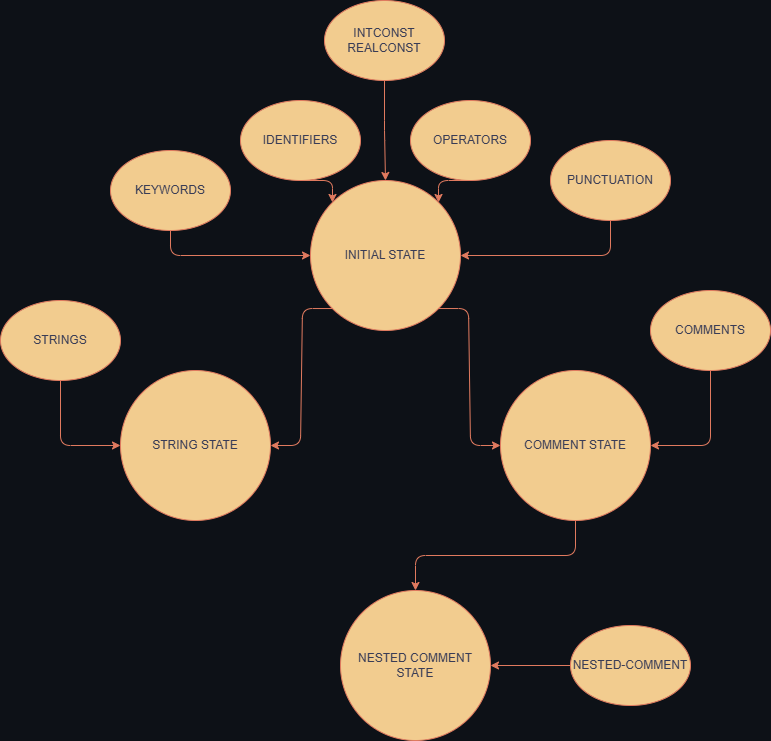
The draw.io diagram documents/PhaseALexer.png in PercySS/Hy340_Alpha_Compiler, before a commit. Source tidied: cells renumbered, new cells last; positions are measured from the earlier drawing's top-left corner, leaving out a move shared by most shapes.
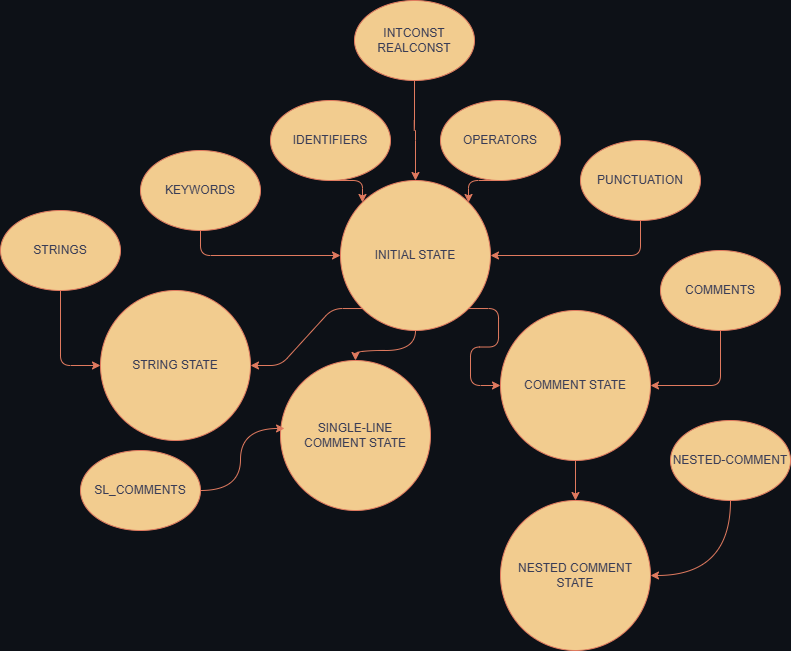
After the change.

Diff of the diagram source:
```diff
@@ -8,26 +8,29 @@
     <mxCell id="3" style="edgeStyle=entityRelationEdgeStyle;rounded=1;hachureGap=4;jettySize=auto;html=1;exitX=0;exitY=1;exitDx=0;exitDy=0;entryX=1;entryY=0.5;entryDx=0;entryDy=0;fontFamily=Architects Daughter;fontSource=https%3A%2F%2Ffonts.googleapis.com%2Fcss%3Ffamily%3DArchitects%2BDaughter;labelBackgroundColor=none;strokeColor=#E07A5F;fontColor=default;" parent="1" edge="1" source="4" target="5">
       <mxGeometry relative="1" as="geometry" />
     </mxCell>
+    <mxCell id="25" style="edgeStyle=orthogonalEdgeStyle;rounded=0;jettySize=auto;html=1;exitX=0.5;exitY=1;exitDx=0;exitDy=0;entryX=0.5;entryY=0;entryDx=0;entryDy=0;labelBackgroundColor=none;strokeColor=#E07A5F;fontColor=default;curved=1;" parent="1" edge="1" source="4" target="26">
+      <mxGeometry relative="1" as="geometry" />
+    </mxCell>
     <mxCell id="4" value="INITIAL STATE" style="ellipse;whiteSpace=wrap;html=1;rounded=1;labelBackgroundColor=none;fillColor=#F2CC8F;strokeColor=#E07A5F;fontColor=#393C56;" parent="1" vertex="1">
       <mxGeometry x="310" y="180" width="150" height="150" as="geometry" />
     </mxCell>
     <mxCell id="5" value="STRING STATE" style="ellipse;whiteSpace=wrap;html=1;rounded=1;labelBackgroundColor=none;fillColor=#F2CC8F;strokeColor=#E07A5F;fontColor=#393C56;" parent="1" vertex="1">
-      <mxGeometry x="120" y="370" width="150" height="150" as="geometry" />
+      <mxGeometry x="70" y="290" width="150" height="150" as="geometry" />
     </mxCell>
     <mxCell id="6" style="edgeStyle=orthogonalEdgeStyle;rounded=1;hachureGap=4;jettySize=auto;html=1;exitX=0.5;exitY=1;exitDx=0;exitDy=0;fontFamily=Architects Daughter;fontSource=https%3A%2F%2Ffonts.googleapis.com%2Fcss%3Ffamily%3DArchitects%2BDaughter;labelBackgroundColor=none;strokeColor=#E07A5F;fontColor=default;" parent="1" edge="1" source="7" target="8">
       <mxGeometry relative="1" as="geometry" />
     </mxCell>
     <mxCell id="7" value="COMMENT STATE" style="ellipse;whiteSpace=wrap;html=1;rounded=1;labelBackgroundColor=none;fillColor=#F2CC8F;strokeColor=#E07A5F;fontColor=#393C56;" parent="1" vertex="1">
-      <mxGeometry x="500" y="370" width="150" height="150" as="geometry" />
+      <mxGeometry x="470" y="310" width="150" height="150" as="geometry" />
     </mxCell>
     <mxCell id="8" value="NESTED COMMENT&lt;div&gt;STATE&lt;/div&gt;" style="ellipse;whiteSpace=wrap;html=1;rounded=1;labelBackgroundColor=none;fillColor=#F2CC8F;strokeColor=#E07A5F;fontColor=#393C56;" parent="1" vertex="1">
-      <mxGeometry x="340" y="590" width="150" height="150" as="geometry" />
+      <mxGeometry x="470" y="500" width="150" height="150" as="geometry" />
     </mxCell>
     <mxCell id="9" style="edgeStyle=orthogonalEdgeStyle;rounded=1;jettySize=auto;html=1;entryX=0;entryY=0.5;entryDx=0;entryDy=0;labelBackgroundColor=none;strokeColor=#E07A5F;fontColor=default;" parent="1" edge="1" source="10" target="5">
       <mxGeometry relative="1" as="geometry" />
     </mxCell>
     <mxCell id="10" value="STRINGS" style="ellipse;whiteSpace=wrap;html=1;rounded=1;labelBackgroundColor=none;fillColor=#F2CC8F;strokeColor=#E07A5F;fontColor=#393C56;" parent="1" vertex="1">
-      <mxGeometry y="300" width="120" height="80" as="geometry" />
+      <mxGeometry x="-30" y="210" width="120" height="80" as="geometry" />
     </mxCell>
     <mxCell id="11" style="edgeStyle=orthogonalEdgeStyle;rounded=1;jettySize=auto;html=1;exitX=0.5;exitY=1;exitDx=0;exitDy=0;entryX=0;entryY=0.5;entryDx=0;entryDy=0;labelBackgroundColor=none;strokeColor=#E07A5F;fontColor=default;" parent="1" edge="1" source="12" target="4">
       <mxGeometry relative="1" as="geometry" />
@@ -57,13 +60,13 @@
       <mxGeometry relative="1" as="geometry" />
     </mxCell>
     <mxCell id="20" value="COMMENTS" style="ellipse;whiteSpace=wrap;html=1;rounded=1;labelBackgroundColor=none;fillColor=#F2CC8F;strokeColor=#E07A5F;fontColor=#393C56;" parent="1" vertex="1">
-      <mxGeometry x="650" y="290" width="120" height="80" as="geometry" />
+      <mxGeometry x="630" y="250" width="120" height="80" as="geometry" />
     </mxCell>
-    <mxCell id="21" style="edgeStyle=orthogonalEdgeStyle;rounded=1;jettySize=auto;html=1;labelBackgroundColor=none;strokeColor=#E07A5F;fontColor=default;" parent="1" edge="1" source="22" target="8">
+    <mxCell id="21" style="edgeStyle=orthogonalEdgeStyle;rounded=0;jettySize=auto;html=1;exitX=0.5;exitY=1;exitDx=0;exitDy=0;entryX=1;entryY=0.5;entryDx=0;entryDy=0;strokeColor=#E07A5F;fontColor=#393C56;fillColor=#F2CC8F;curved=1;" parent="1" edge="1" source="22" target="8">
       <mxGeometry relative="1" as="geometry" />
     </mxCell>
     <mxCell id="22" value="NESTED-COMMENT" style="ellipse;whiteSpace=wrap;html=1;rounded=1;labelBackgroundColor=none;fillColor=#F2CC8F;strokeColor=#E07A5F;fontColor=#393C56;" parent="1" vertex="1">
-      <mxGeometry x="570" y="625" width="120" height="80" as="geometry" />
+      <mxGeometry x="640" y="420" width="120" height="80" as="geometry" />
     </mxCell>
     <mxCell id="23" style="edgeStyle=orthogonalEdgeStyle;rounded=1;jettySize=auto;html=1;exitX=0.5;exitY=1;exitDx=0;exitDy=0;entryX=0.5;entryY=0;entryDx=0;entryDy=0;labelBackgroundColor=none;strokeColor=#E07A5F;fontColor=default;" parent="1" edge="1" source="24" target="4">
       <mxGeometry relative="1" as="geometry" />
@@ -71,5 +74,14 @@
     <mxCell id="24" value="INTCONST&lt;div&gt;REALCONST&lt;/div&gt;" style="ellipse;whiteSpace=wrap;html=1;rounded=1;labelBackgroundColor=none;fillColor=#F2CC8F;strokeColor=#E07A5F;fontColor=#393C56;" parent="1" vertex="1">
       <mxGeometry x="324" width="120" height="80" as="geometry" />
     </mxCell>
+    <mxCell id="26" value="SINGLE-LINE&lt;div&gt;COMMENT STATE&lt;/div&gt;" style="ellipse;whiteSpace=wrap;html=1;rounded=1;labelBackgroundColor=none;fillColor=#F2CC8F;strokeColor=#E07A5F;fontColor=#393C56;" parent="1" vertex="1">
+      <mxGeometry x="250" y="360" width="150" height="150" as="geometry" />
+    </mxCell>
+    <mxCell id="27" value="SL_COMMENTS" style="ellipse;whiteSpace=wrap;html=1;rounded=1;labelBackgroundColor=none;fillColor=#F2CC8F;strokeColor=#E07A5F;fontColor=#393C56;" parent="1" vertex="1">
+      <mxGeometry x="50" y="450" width="120" height="80" as="geometry" />
+    </mxCell>
+    <mxCell id="28" style="edgeStyle=orthogonalEdgeStyle;rounded=0;jettySize=auto;html=1;exitX=1;exitY=0.5;exitDx=0;exitDy=0;entryX=0.027;entryY=0.453;entryDx=0;entryDy=0;entryPerimeter=0;strokeColor=#E07A5F;fontColor=#393C56;fillColor=#F2CC8F;curved=1;" parent="1" edge="1" source="27" target="26">
+      <mxGeometry relative="1" as="geometry" />
+    </mxCell>
   </root>
 </mxGraphModel>
```
